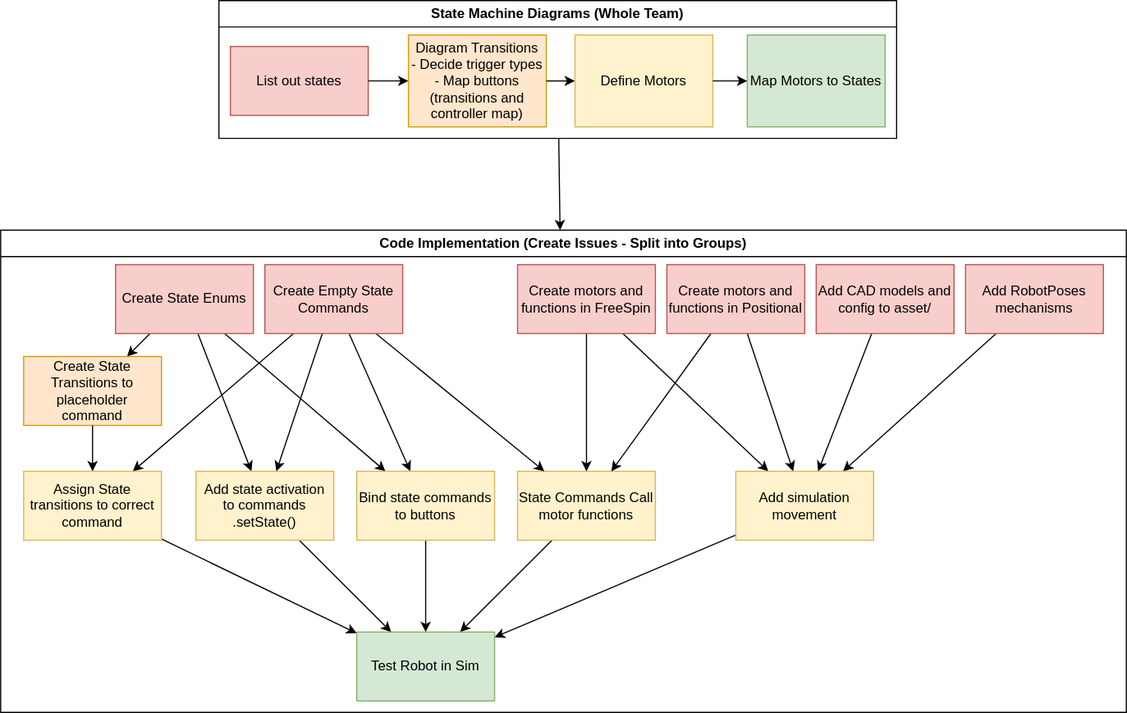
FRCTeam3255/2026_Offbot_Code keeps this draw.io diagram as design/program_order.drawio.svg. Above is the earlier version. Source tidied: cells renumbered, new cells last; positions are measured from the earlier drawing's top-left corner, leaving out a move shared by most shapes.
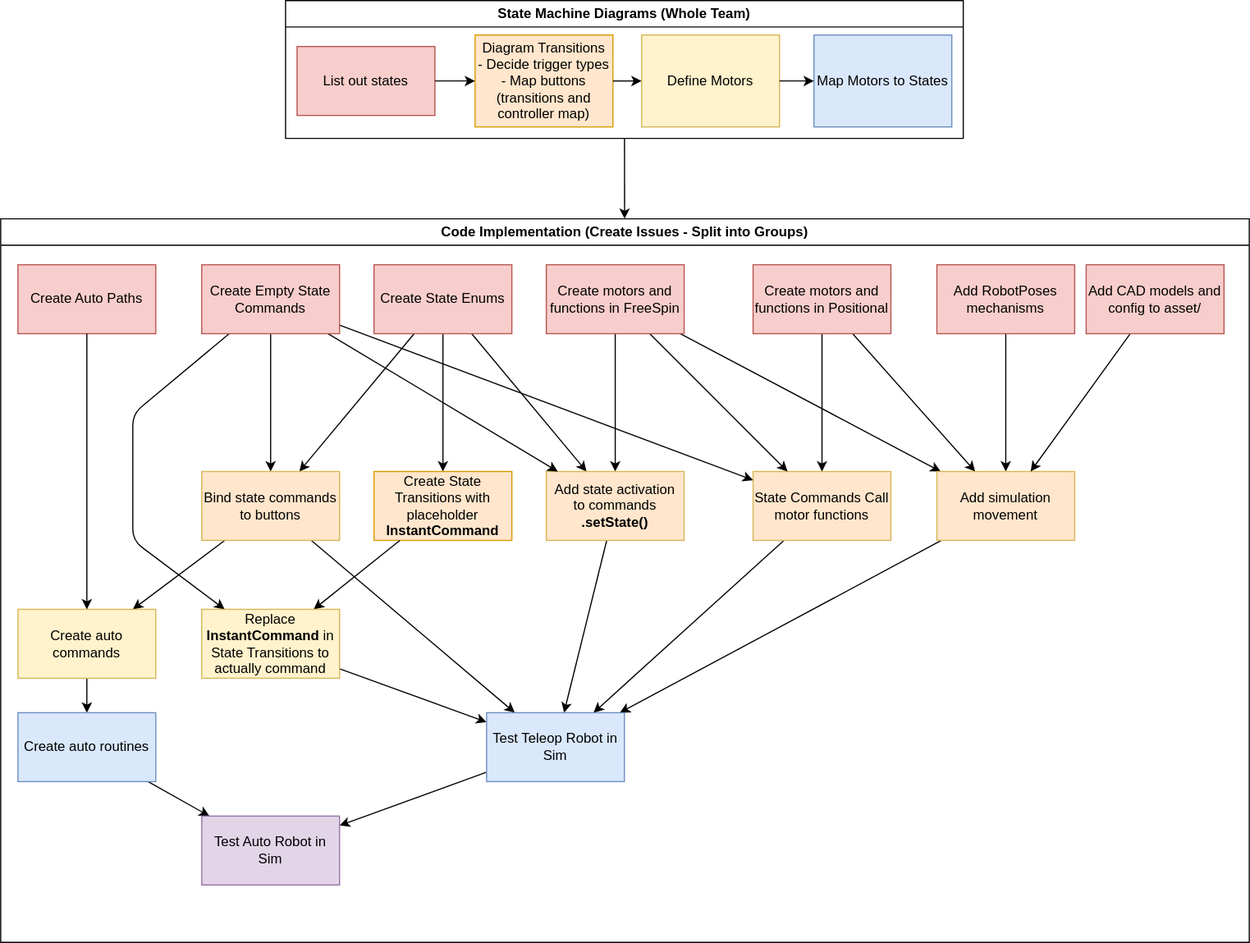
The same file after the commit.

Commit message:
included autos into our work plan and changed some colors (#26)

* included autos into our work plan and changed some colors

* qf

* beautify

The edit, as a diff of the source:
```diff
@@ -6,7 +6,7 @@
       <mxGeometry relative="1" as="geometry" />
     </mxCell>
     <mxCell id="3" value="State Machine Diagrams (Whole Team)" style="swimlane;whiteSpace=wrap;html=1;" parent="1" vertex="1">
-      <mxGeometry x="190" width="590" height="120" as="geometry" />
+      <mxGeometry x="225" width="590" height="120" as="geometry" />
     </mxCell>
     <mxCell id="4" value="List out states" style="rounded=0;whiteSpace=wrap;html=1;fillColor=#f8cecc;strokeColor=#b85450;" parent="3" vertex="1">
       <mxGeometry x="10" y="40" width="120" height="60" as="geometry" />
@@ -23,14 +23,14 @@
     <mxCell id="8" style="edgeStyle=none;html=1;" parent="3" edge="1" source="5" target="7">
       <mxGeometry relative="1" as="geometry" />
     </mxCell>
-    <mxCell id="9" value="Map Motors to States" style="rounded=0;whiteSpace=wrap;html=1;fillColor=#d5e8d4;strokeColor=#82b366;" parent="3" vertex="1">
+    <mxCell id="9" value="Map Motors to States" style="rounded=0;whiteSpace=wrap;html=1;fillColor=#dae8fc;strokeColor=#6c8ebf;" parent="3" vertex="1">
       <mxGeometry x="460" y="30" width="120" height="80" as="geometry" />
     </mxCell>
     <mxCell id="10" style="edgeStyle=none;html=1;" parent="3" edge="1" source="7" target="9">
       <mxGeometry relative="1" as="geometry" />
     </mxCell>
     <mxCell id="11" value="Code Implementation (Create Issues - Split into Groups)" style="swimlane;whiteSpace=wrap;html=1;" parent="1" vertex="1">
-      <mxGeometry y="200" width="980" height="420" as="geometry" />
+      <mxGeometry x="-23" y="190" width="1087" height="630" as="geometry" />
     </mxCell>
     <mxCell id="12" style="edgeStyle=none;html=1;" parent="11" edge="1" source="15" target="17">
       <mxGeometry relative="1" as="geometry" />
@@ -42,13 +42,13 @@
       <mxGeometry relative="1" as="geometry" />
     </mxCell>
     <mxCell id="15" value="Create State Enums" style="whiteSpace=wrap;html=1;fillColor=#f8cecc;strokeColor=#b85450;" parent="11" vertex="1">
-      <mxGeometry x="100" y="30" width="120" height="60" as="geometry" />
+      <mxGeometry x="325" y="40" width="120" height="60" as="geometry" />
     </mxCell>
     <mxCell id="16" style="edgeStyle=none;html=1;" parent="11" edge="1" source="41" target="39">
       <mxGeometry relative="1" as="geometry" />
     </mxCell>
-    <mxCell id="17" value="Create State Transitions to placeholder command" style="whiteSpace=wrap;html=1;fillColor=#ffe6cc;strokeColor=#d79b00;" parent="11" vertex="1">
-      <mxGeometry x="20" y="110" width="120" height="60" as="geometry" />
+    <mxCell id="17" value="Create State Transitions with placeholder &lt;b&gt;InstantCommand&lt;/b&gt;" style="whiteSpace=wrap;html=1;fillColor=#ffe6cc;strokeColor=#d79b00;" parent="11" vertex="1">
+      <mxGeometry x="325" y="220" width="120" height="60" as="geometry" />
     </mxCell>
     <mxCell id="18" style="edgeStyle=none;html=1;" parent="11" edge="1" source="38" target="28">
       <mxGeometry relative="1" as="geometry" />
@@ -56,8 +56,8 @@
     <mxCell id="19" style="edgeStyle=none;html=1;" parent="11" edge="1" source="20" target="39">
       <mxGeometry relative="1" as="geometry" />
     </mxCell>
-    <mxCell id="20" value="State Commands Call motor functions" style="whiteSpace=wrap;html=1;fillColor=#fff2cc;strokeColor=#d6b656;" parent="11" vertex="1">
-      <mxGeometry x="450" y="210" width="120" height="60" as="geometry" />
+    <mxCell id="20" value="State Commands Call motor functions" style="whiteSpace=wrap;html=1;fillColor=#FFE6CC;strokeColor=#d6b656;" parent="11" vertex="1">
+      <mxGeometry x="655" y="220" width="120" height="60" as="geometry" />
     </mxCell>
     <mxCell id="21" style="edgeStyle=none;html=1;" parent="11" edge="1" source="23" target="20">
       <mxGeometry relative="1" as="geometry" />
@@ -65,8 +65,11 @@
     <mxCell id="22" style="edgeStyle=none;html=1;" parent="11" edge="1" source="23" target="32">
       <mxGeometry relative="1" as="geometry" />
     </mxCell>
+    <mxCell id="44" style="edgeStyle=none;html=1;" parent="11" edge="1" source="23" target="34">
+      <mxGeometry relative="1" as="geometry" />
+    </mxCell>
     <mxCell id="23" value="Create motors and functions in FreeSpin" style="whiteSpace=wrap;html=1;fillColor=#f8cecc;strokeColor=#b85450;" parent="11" vertex="1">
-      <mxGeometry x="450" y="30" width="120" height="60" as="geometry" />
+      <mxGeometry x="475" y="40" width="120" height="60" as="geometry" />
     </mxCell>
     <mxCell id="24" style="edgeStyle=none;html=1;" parent="11" edge="1" source="26" target="20">
       <mxGeometry relative="1" as="geometry" />
@@ -75,31 +78,34 @@
       <mxGeometry relative="1" as="geometry" />
     </mxCell>
     <mxCell id="26" value="Create motors and functions in Positional" style="whiteSpace=wrap;html=1;fillColor=#f8cecc;strokeColor=#b85450;" parent="11" vertex="1">
-      <mxGeometry x="580" y="30" width="120" height="60" as="geometry" />
+      <mxGeometry x="655" y="40" width="120" height="60" as="geometry" />
     </mxCell>
     <mxCell id="27" style="edgeStyle=none;html=1;" parent="11" edge="1" source="28" target="39">
       <mxGeometry relative="1" as="geometry" />
     </mxCell>
+    <mxCell id="45" style="edgeStyle=none;html=1;" parent="11" edge="1" source="28" target="48">
+      <mxGeometry relative="1" as="geometry" />
+    </mxCell>
-    <mxCell id="28" value="Bind state commands to buttons" style="whiteSpace=wrap;html=1;fillColor=#fff2cc;strokeColor=#d6b656;" parent="11" vertex="1">
-      <mxGeometry x="310" y="210" width="120" height="60" as="geometry" />
+    <mxCell id="28" value="Bind state commands to buttons" style="whiteSpace=wrap;html=1;fillColor=#FFE6CC;strokeColor=#d6b656;" parent="11" vertex="1">
+      <mxGeometry x="175" y="220" width="120" height="60" as="geometry" />
     </mxCell>
     <mxCell id="29" style="edgeStyle=none;html=1;" parent="11" edge="1" source="30" target="32">
       <mxGeometry relative="1" as="geometry" />
     </mxCell>
     <mxCell id="30" value="Add RobotPoses mechanisms" style="whiteSpace=wrap;html=1;fillColor=#f8cecc;strokeColor=#b85450;" parent="11" vertex="1">
-      <mxGeometry x="840" y="30" width="120" height="60" as="geometry" />
+      <mxGeometry x="815" y="40" width="120" height="60" as="geometry" />
     </mxCell>
     <mxCell id="31" style="edgeStyle=none;html=1;" parent="11" edge="1" source="32" target="39">
       <mxGeometry relative="1" as="geometry" />
     </mxCell>
-    <mxCell id="32" value="Add simulation movement" style="whiteSpace=wrap;html=1;fillColor=#fff2cc;strokeColor=#d6b656;" parent="11" vertex="1">
-      <mxGeometry x="640" y="210" width="120" height="60" as="geometry" />
+    <mxCell id="32" value="Add simulation movement" style="whiteSpace=wrap;html=1;fillColor=#FFE6CC;strokeColor=#d6b656;" parent="11" vertex="1">
+      <mxGeometry x="815" y="220" width="120" height="60" as="geometry" />
     </mxCell>
     <mxCell id="33" style="edgeStyle=none;html=1;" parent="11" edge="1" source="34" target="39">
       <mxGeometry relative="1" as="geometry" />
     </mxCell>
-    <mxCell id="34" value="Add state activation to commands&lt;div&gt;.setState()&lt;/div&gt;" style="whiteSpace=wrap;html=1;fillColor=#fff2cc;strokeColor=#d6b656;" parent="11" vertex="1">
-      <mxGeometry x="170" y="210" width="120" height="60" as="geometry" />
+    <mxCell id="34" value="Add state activation to commands&lt;div&gt;&lt;b&gt;.setState()&lt;/b&gt;&lt;/div&gt;" style="whiteSpace=wrap;html=1;fillColor=#FFE6CC;strokeColor=#d6b656;" parent="11" vertex="1">
+      <mxGeometry x="475" y="220" width="120" height="60" as="geometry" />
     </mxCell>
     <mxCell id="35" style="edgeStyle=none;html=1;" parent="11" edge="1" source="38" target="20">
       <mxGeometry relative="1" as="geometry" />
@@ -108,25 +114,54 @@
       <mxGeometry relative="1" as="geometry" />
     </mxCell>
     <mxCell id="37" style="edgeStyle=none;html=1;" parent="11" edge="1" source="38" target="41">
-      <mxGeometry relative="1" as="geometry" />
+      <mxGeometry relative="1" as="geometry">
+        <Array as="points">
+          <mxPoint x="115" y="170" />
+          <mxPoint x="115" y="280" />
+        </Array>
+      </mxGeometry>
     </mxCell>
     <mxCell id="38" value="Create Empty State Commands" style="whiteSpace=wrap;html=1;fillColor=#f8cecc;strokeColor=#b85450;" parent="11" vertex="1">
-      <mxGeometry x="230" y="30" width="120" height="60" as="geometry" />
+      <mxGeometry x="175" y="40" width="120" height="60" as="geometry" />
     </mxCell>
+    <mxCell id="46" style="edgeStyle=none;html=1;" parent="11" edge="1" source="39" target="53">
+      <mxGeometry relative="1" as="geometry" />
+    </mxCell>
-    <mxCell id="39" value="Test Robot in Sim" style="whiteSpace=wrap;html=1;fillColor=#d5e8d4;strokeColor=#82b366;" parent="11" vertex="1">
-      <mxGeometry x="310" y="350" width="120" height="60" as="geometry" />
+    <mxCell id="39" value="Test Teleop Robot in Sim" style="whiteSpace=wrap;html=1;fillColor=#dae8fc;strokeColor=#6c8ebf;" parent="11" vertex="1">
+      <mxGeometry x="423" y="430" width="120" height="60" as="geometry" />
     </mxCell>
     <mxCell id="40" style="edgeStyle=none;html=1;" parent="11" edge="1" source="17" target="41">
       <mxGeometry relative="1" as="geometry" />
     </mxCell>
-    <mxCell id="41" value="Assign State transitions to correct command" style="whiteSpace=wrap;html=1;fillColor=#fff2cc;strokeColor=#d6b656;" parent="11" vertex="1">
-      <mxGeometry x="20" y="210" width="120" height="60" as="geometry" />
+    <mxCell id="41" value="Replace &lt;b&gt;InstantCommand&lt;/b&gt;&amp;nbsp;in State Transitions to actually command" style="whiteSpace=wrap;html=1;fillColor=#fff2cc;strokeColor=#d6b656;" parent="11" vertex="1">
+      <mxGeometry x="175" y="340" width="120" height="60" as="geometry" />
     </mxCell>
     <mxCell id="42" style="edgeStyle=none;html=1;" parent="11" edge="1" source="43" target="32">
       <mxGeometry relative="1" as="geometry" />
     </mxCell>
     <mxCell id="43" value="Add CAD models and config to asset/" style="whiteSpace=wrap;html=1;fillColor=#f8cecc;strokeColor=#b85450;" parent="11" vertex="1">
-      <mxGeometry x="710" y="30" width="120" height="60" as="geometry" />
+      <mxGeometry x="945" y="40" width="120" height="60" as="geometry" />
     </mxCell>
+    <mxCell id="47" style="edgeStyle=none;html=1;" parent="11" edge="1" source="48" target="50">
+      <mxGeometry relative="1" as="geometry" />
+    </mxCell>
+    <mxCell id="48" value="Create auto commands" style="rounded=0;whiteSpace=wrap;html=1;fillColor=#fff2cc;strokeColor=#d6b656;" parent="11" vertex="1">
+      <mxGeometry x="15" y="340" width="120" height="60" as="geometry" />
+    </mxCell>
+    <mxCell id="49" style="edgeStyle=none;html=1;" parent="11" edge="1" source="50" target="53">
+      <mxGeometry relative="1" as="geometry" />
+    </mxCell>
+    <mxCell id="50" value="Create auto routines" style="rounded=0;whiteSpace=wrap;html=1;fillColor=#dae8fc;strokeColor=#6c8ebf;" parent="11" vertex="1">
+      <mxGeometry x="15" y="430" width="120" height="60" as="geometry" />
+    </mxCell>
+    <mxCell id="51" value="Create Auto Paths" style="rounded=0;whiteSpace=wrap;html=1;fillColor=#f8cecc;strokeColor=#b85450;" parent="11" vertex="1">
+      <mxGeometry x="15" y="40" width="120" height="60" as="geometry" />
+    </mxCell>
+    <mxCell id="52" style="edgeStyle=none;html=1;" parent="11" edge="1" source="51" target="48">
+      <mxGeometry relative="1" as="geometry" />
+    </mxCell>
+    <mxCell id="53" value="Test Auto Robot in Sim" style="rounded=0;whiteSpace=wrap;html=1;fillColor=#e1d5e7;strokeColor=#9673a6;" parent="11" vertex="1">
+      <mxGeometry x="175" y="520" width="120" height="60" as="geometry" />
+    </mxCell>
   </root>
 </mxGraphModel>
```
